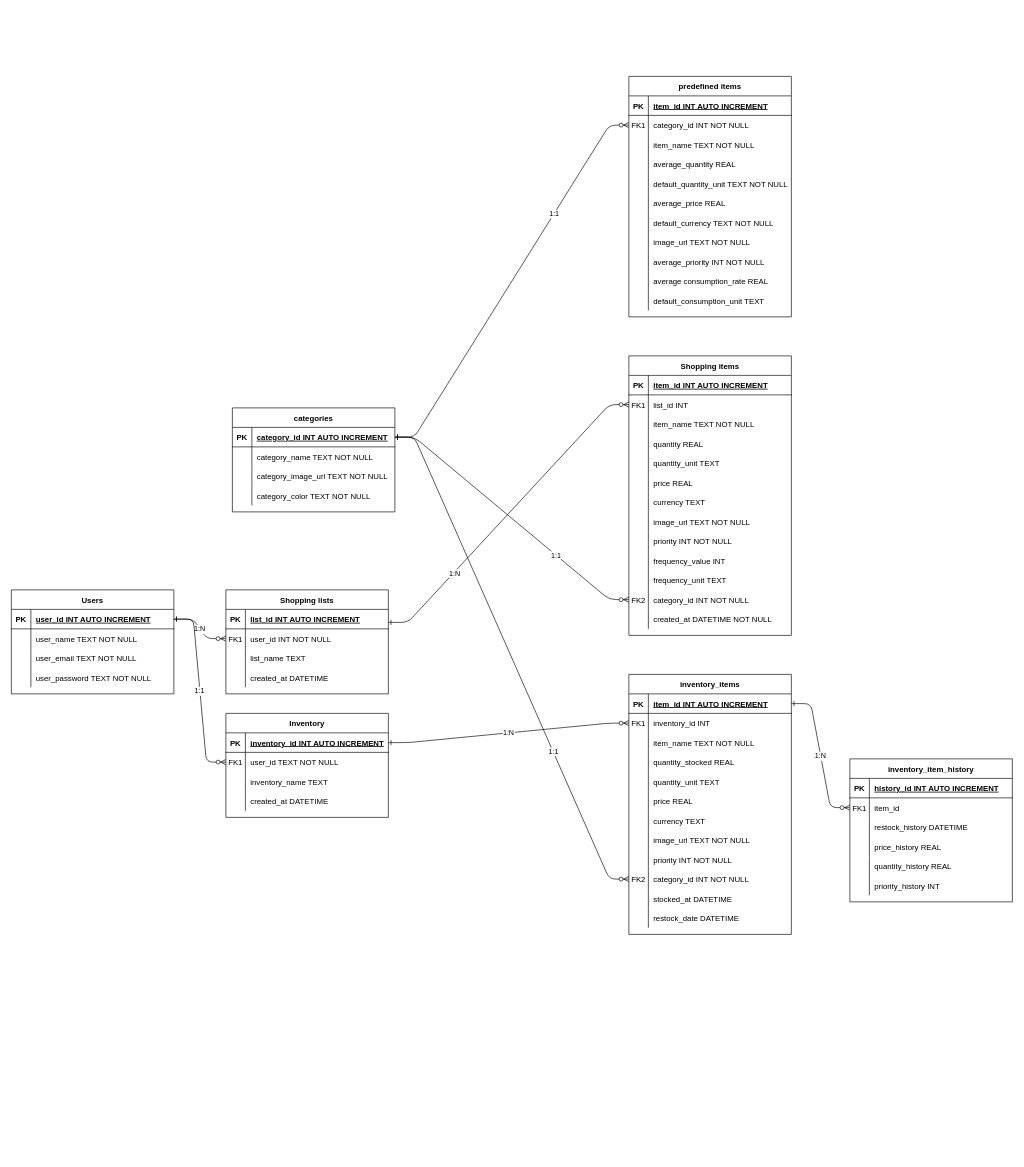
Earlier version of the draw.io diagram Database ERD.drawio (oduwairi/SmartShoppingList-NEU). Source tidied: cells renumbered, new cells numbered last; positions are measured from the earlier drawing's top-left corner, leaving out a move shared by most shapes. Both pictures are drawn from the tidied source at 65%, with x=0, y=0 at pixel (11, 76).
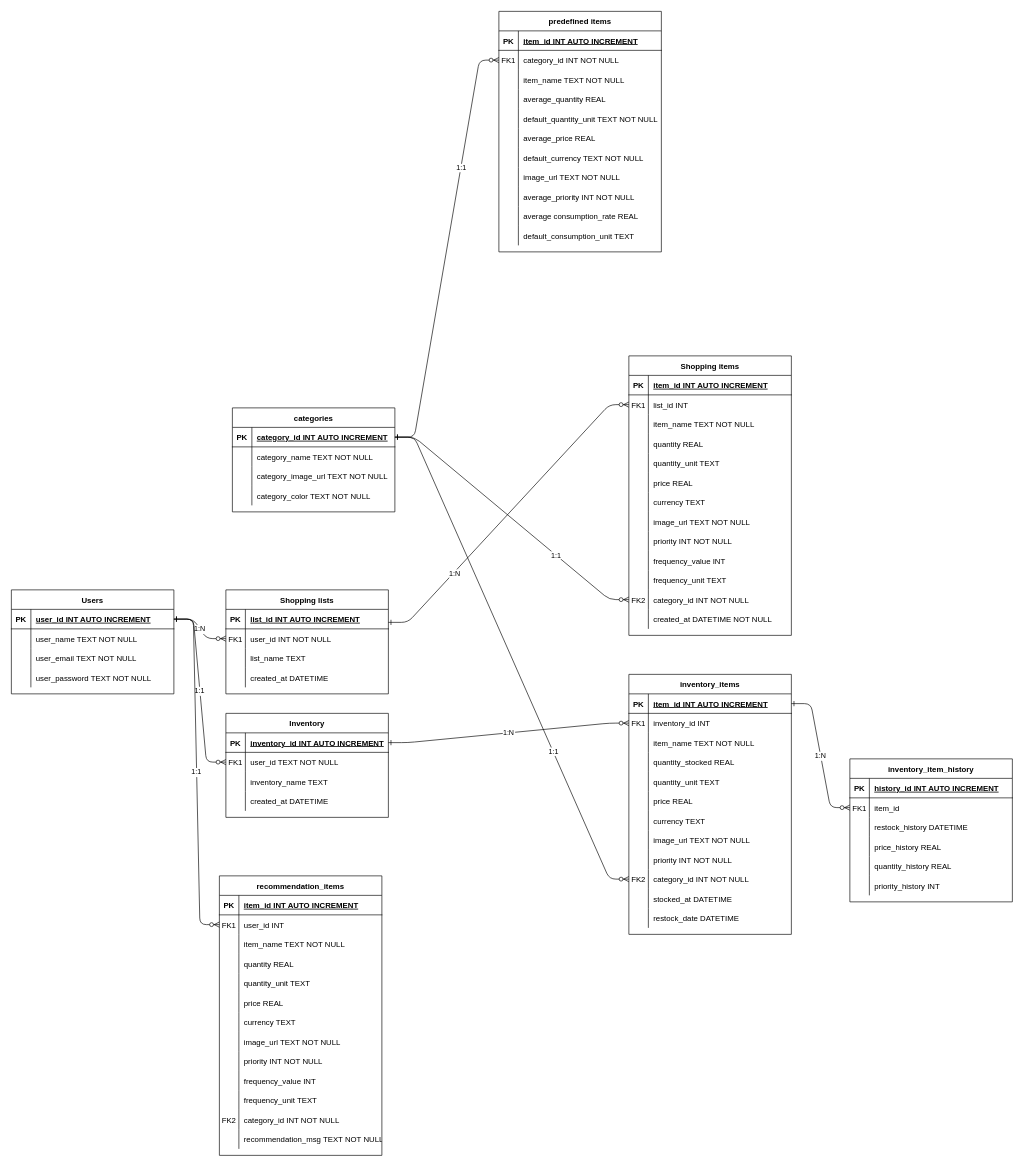
The same page after the edit.

The change refers to these unchanged cells:
```xml
<mxCell id="30" style="shape=partialRectangle;fillColor=none;points=[[0,0.5],[1,0.5]];portConstraint=eastwest;top=0;left=0;right=0;bottom=1;" parent="29" vertex="1">
  <mxGeometry y="30" width="250" height="30" as="geometry" />
</mxCell>
```

What changed in the source:
```diff
@@
     <mxCell id="140" value="predefined items" style="shape=table;startSize=30;childLayout=tableLayout;rowLines=0;fontStyle=1;align=center;" parent="1" vertex="1">
-      <mxGeometry x="950" width="250" height="370" as="geometry" />
+      <mxGeometry x="750" y="-100" width="250" height="370" as="geometry" />
     </mxCell>
@@
+    <mxCell id="196" value="recommendation_items" style="shape=table;startSize=30;childLayout=tableLayout;rowLines=0;fontStyle=1;align=center;" parent="1" vertex="1">
+      <mxGeometry x="320" y="1230" width="250" height="430" as="geometry" />
+    </mxCell>
+    <mxCell id="197" style="shape=partialRectangle;fillColor=none;top=0;left=0;right=0;bottom=1;" parent="196" vertex="1">
+      <mxGeometry y="30" width="250" height="30" as="geometry" />
+    </mxCell>
+    <mxCell id="198" value="PK" style="shape=partialRectangle;overflow=hidden;fillColor=none;top=0;left=0;bottom=0;right=0;fontStyle=1;" parent="197" vertex="1">
+      <mxGeometry width="30" height="30" as="geometry" />
+    </mxCell>
+    <mxCell id="199" value="item_id INT AUTO INCREMENT" style="shape=partialRectangle;overflow=hidden;fillColor=none;top=0;left=0;bottom=0;right=0;align=left;spacingLeft=6;fontStyle=5;" parent="197" vertex="1">
+      <mxGeometry x="30" width="220" height="30" as="geometry" />
+    </mxCell>
+    <mxCell id="200" style="shape=partialRectangle;fillColor=none;points=[[0,0.5],[1,0.5]];portConstraint=eastwest;top=0;left=0;right=0;bottom=0;" parent="196" vertex="1">
+      <mxGeometry y="60" width="250" height="30" as="geometry" />
+    </mxCell>
+    <mxCell id="201" value="FK1" style="shape=partialRectangle;overflow=hidden;fillColor=none;top=0;left=0;bottom=0;right=0;" parent="200" vertex="1">
+      <mxGeometry width="30" height="30" as="geometry" />
+    </mxCell>
+    <mxCell id="202" value="user_id INT" style="shape=partialRectangle;overflow=hidden;fillColor=none;top=0;left=0;bottom=0;right=0;align=left;spacingLeft=6;" parent="200" vertex="1">
+      <mxGeometry x="30" width="220" height="30" as="geometry" />
+    </mxCell>
+    <mxCell id="203" style="shape=partialRectangle;fillColor=none;top=0;left=0;right=0;bottom=0;" parent="196" vertex="1">
+      <mxGeometry y="90" width="250" height="30" as="geometry" />
+    </mxCell>
+    <mxCell id="204" style="shape=partialRectangle;overflow=hidden;fillColor=none;top=0;left=0;bottom=0;right=0;" parent="203" vertex="1">
+      <mxGeometry width="30" height="30" as="geometry" />
+    </mxCell>
+    <mxCell id="205" value="item_name TEXT NOT NULL" style="shape=partialRectangle;overflow=hidden;fillColor=none;top=0;left=0;bottom=0;right=0;align=left;spacingLeft=6;" parent="203" vertex="1">
+      <mxGeometry x="30" width="220" height="30" as="geometry" />
+    </mxCell>
+    <mxCell id="206" style="shape=partialRectangle;fillColor=none;top=0;left=0;right=0;bottom=0;" parent="196" vertex="1">
+      <mxGeometry y="120" width="250" height="30" as="geometry" />
+    </mxCell>
+    <mxCell id="207" style="shape=partialRectangle;overflow=hidden;fillColor=none;top=0;left=0;bottom=0;right=0;" parent="206" vertex="1">
+      <mxGeometry width="30" height="30" as="geometry" />
+    </mxCell>
+    <mxCell id="208" value="quantity REAL" style="shape=partialRectangle;overflow=hidden;fillColor=none;top=0;left=0;bottom=0;right=0;align=left;spacingLeft=6;" parent="206" vertex="1">
+      <mxGeometry x="30" width="220" height="30" as="geometry" />
+    </mxCell>
+    <mxCell id="209" style="shape=partialRectangle;fillColor=none;top=0;left=0;right=0;bottom=0;" parent="196" vertex="1">
+      <mxGeometry y="150" width="250" height="30" as="geometry" />
+    </mxCell>
+    <mxCell id="210" style="shape=partialRectangle;overflow=hidden;fillColor=none;top=0;left=0;bottom=0;right=0;" parent="209" vertex="1">
+      <mxGeometry width="30" height="30" as="geometry" />
+    </mxCell>
+    <mxCell id="211" value="quantity_unit TEXT" style="shape=partialRectangle;overflow=hidden;fillColor=none;top=0;left=0;bottom=0;right=0;align=left;spacingLeft=6;" parent="209" vertex="1">
+      <mxGeometry x="30" width="220" height="30" as="geometry" />
+    </mxCell>
+    <mxCell id="212" style="shape=partialRectangle;fillColor=none;top=0;left=0;right=0;bottom=0;" parent="196" vertex="1">
+      <mxGeometry y="180" width="250" height="30" as="geometry" />
+    </mxCell>
+    <mxCell id="213" style="shape=partialRectangle;overflow=hidden;fillColor=none;top=0;left=0;bottom=0;right=0;" parent="212" vertex="1">
+      <mxGeometry width="30" height="30" as="geometry" />
+    </mxCell>
+    <mxCell id="214" value="price REAL " style="shape=partialRectangle;overflow=hidden;fillColor=none;top=0;left=0;bottom=0;right=0;align=left;spacingLeft=6;" parent="212" vertex="1">
+      <mxGeometry x="30" width="220" height="30" as="geometry" />
+    </mxCell>
+    <mxCell id="215" style="shape=partialRectangle;fillColor=none;top=0;left=0;right=0;bottom=0;" parent="196" vertex="1">
+      <mxGeometry y="210" width="250" height="30" as="geometry" />
+    </mxCell>
+    <mxCell id="216" style="shape=partialRectangle;overflow=hidden;fillColor=none;top=0;left=0;bottom=0;right=0;" parent="215" vertex="1">
+      <mxGeometry width="30" height="30" as="geometry" />
+    </mxCell>
+    <mxCell id="217" value="currency TEXT" style="shape=partialRectangle;overflow=hidden;fillColor=none;top=0;left=0;bottom=0;right=0;align=left;spacingLeft=6;" parent="215" vertex="1">
+      <mxGeometry x="30" width="220" height="30" as="geometry" />
+    </mxCell>
+    <mxCell id="218" style="shape=partialRectangle;fillColor=none;top=0;left=0;right=0;bottom=0;" parent="196" vertex="1">
+      <mxGeometry y="240" width="250" height="30" as="geometry" />
+    </mxCell>
+    <mxCell id="219" style="shape=partialRectangle;overflow=hidden;fillColor=none;top=0;left=0;bottom=0;right=0;" parent="218" vertex="1">
+      <mxGeometry width="30" height="30" as="geometry" />
+    </mxCell>
+    <mxCell id="220" value="image_url TEXT NOT NULL" style="shape=partialRectangle;overflow=hidden;fillColor=none;top=0;left=0;bottom=0;right=0;align=left;spacingLeft=6;" parent="218" vertex="1">
+      <mxGeometry x="30" width="220" height="30" as="geometry" />
+    </mxCell>
+    <mxCell id="221" style="shape=partialRectangle;fillColor=none;top=0;left=0;right=0;bottom=0;" parent="196" vertex="1">
+      <mxGeometry y="270" width="250" height="30" as="geometry" />
+    </mxCell>
+    <mxCell id="222" style="shape=partialRectangle;overflow=hidden;fillColor=none;top=0;left=0;bottom=0;right=0;" parent="221" vertex="1">
+      <mxGeometry width="30" height="30" as="geometry" />
+    </mxCell>
+    <mxCell id="223" value="priority INT NOT NULL" style="shape=partialRectangle;overflow=hidden;fillColor=none;top=0;left=0;bottom=0;right=0;align=left;spacingLeft=6;" parent="221" vertex="1">
+      <mxGeometry x="30" width="220" height="30" as="geometry" />
+    </mxCell>
+    <mxCell id="224" style="shape=partialRectangle;fillColor=none;top=0;left=0;right=0;bottom=0;" parent="196" vertex="1">
+      <mxGeometry y="300" width="250" height="30" as="geometry" />
+    </mxCell>
+    <mxCell id="225" style="shape=partialRectangle;overflow=hidden;fillColor=none;top=0;left=0;bottom=0;right=0;" parent="224" vertex="1">
+      <mxGeometry width="30" height="30" as="geometry" />
+    </mxCell>
+    <mxCell id="226" value="frequency_value INT" style="shape=partialRectangle;overflow=hidden;fillColor=none;top=0;left=0;bottom=0;right=0;align=left;spacingLeft=6;" parent="224" vertex="1">
+      <mxGeometry x="30" width="220" height="30" as="geometry" />
+    </mxCell>
+    <mxCell id="227" style="shape=partialRectangle;fillColor=none;top=0;left=0;right=0;bottom=0;" parent="196" vertex="1">
+      <mxGeometry y="330" width="250" height="30" as="geometry" />
+    </mxCell>
+    <mxCell id="228" style="shape=partialRectangle;overflow=hidden;fillColor=none;top=0;left=0;bottom=0;right=0;" parent="227" vertex="1">
+      <mxGeometry width="30" height="30" as="geometry" />
+    </mxCell>
+    <mxCell id="229" value="frequency_unit TEXT" style="shape=partialRectangle;overflow=hidden;fillColor=none;top=0;left=0;bottom=0;right=0;align=left;spacingLeft=6;" parent="227" vertex="1">
+      <mxGeometry x="30" width="220" height="30" as="geometry" />
+    </mxCell>
+    <mxCell id="230" style="shape=partialRectangle;fillColor=none;top=0;left=0;right=0;bottom=0;" parent="196" vertex="1">
+      <mxGeometry y="360" width="250" height="30" as="geometry" />
+    </mxCell>
+    <mxCell id="231" value="FK2" style="shape=partialRectangle;overflow=hidden;fillColor=none;top=0;left=0;bottom=0;right=0;" parent="230" vertex="1">
+      <mxGeometry width="30" height="30" as="geometry" />
+    </mxCell>
+    <mxCell id="232" value="category_id INT NOT NULL" style="shape=partialRectangle;overflow=hidden;fillColor=none;top=0;left=0;bottom=0;right=0;align=left;spacingLeft=6;" parent="230" vertex="1">
+      <mxGeometry x="30" width="220" height="30" as="geometry" />
+    </mxCell>
+    <mxCell id="233" style="shape=partialRectangle;fillColor=none;top=0;left=0;right=0;bottom=0;" parent="196" vertex="1">
+      <mxGeometry y="390" width="250" height="30" as="geometry" />
+    </mxCell>
+    <mxCell id="234" style="shape=partialRectangle;overflow=hidden;fillColor=none;top=0;left=0;bottom=0;right=0;" parent="233" vertex="1">
+      <mxGeometry width="30" height="30" as="geometry" />
+    </mxCell>
+    <mxCell id="235" value="recommendation_msg TEXT NOT NULL" style="shape=partialRectangle;overflow=hidden;fillColor=none;top=0;left=0;bottom=0;right=0;align=left;spacingLeft=6;" parent="233" vertex="1">
+      <mxGeometry x="30" width="220" height="30" as="geometry" />
+    </mxCell>
+    <mxCell id="236" value="1:1" style="edgeStyle=entityRelationEdgeStyle;endArrow=ERzeroToMany;startArrow=ERone;endFill=1;startFill=0;exitX=1;exitY=0.5;exitDx=0;exitDy=0;entryX=0;entryY=0.5;entryDx=0;entryDy=0;" parent="1" edge="1" source="30" target="200">
+      <mxGeometry relative="1" as="geometry">
+        <Array as="points">
+          <mxPoint x="270" y="870" />
+          <mxPoint x="270" y="960" />
+          <mxPoint x="320" y="1210" />
+          <mxPoint x="340" y="1080" />
+        </Array>
+      </mxGeometry>
+    </mxCell>
```
